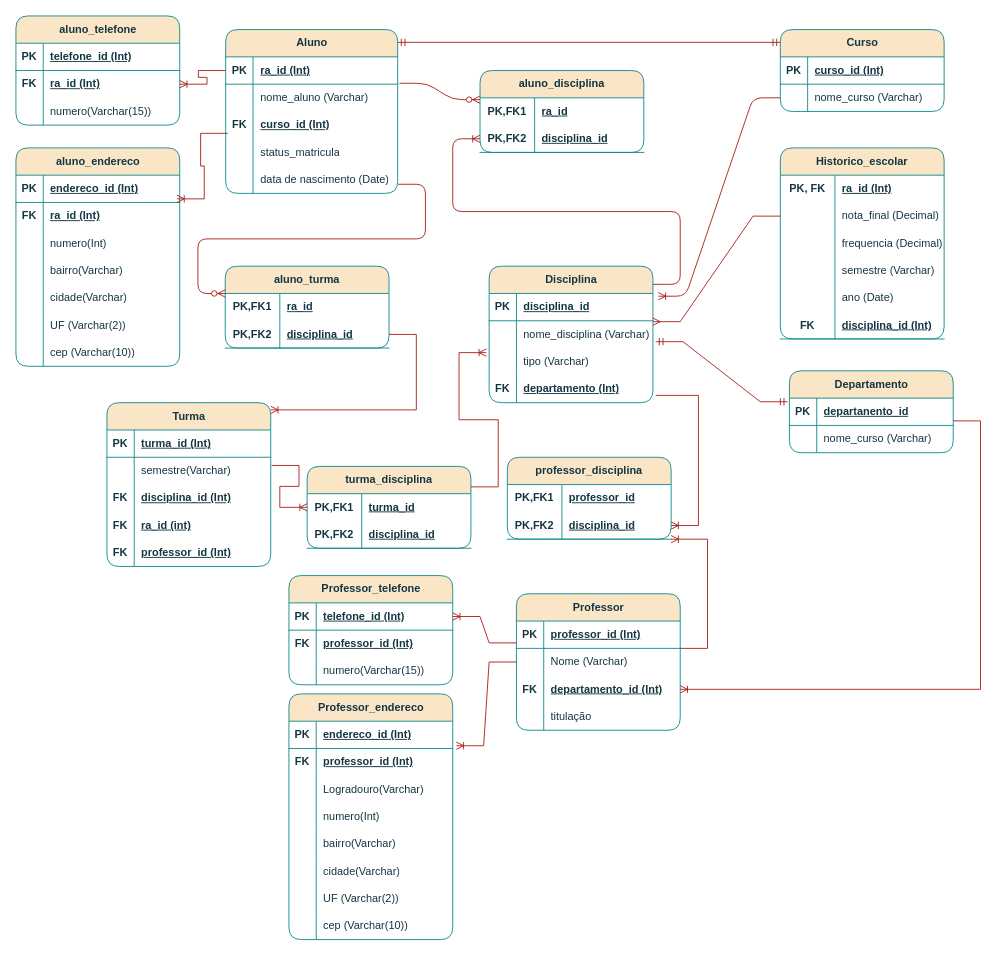
Before: faculdadebd.drawio in Laraewellen/Banco-de-dados-teste, a draw.io diagram. Source tidied: cells renumbered, new cells numbered last; positions are measured from the earlier drawing's top-left corner, leaving out a move shared by most shapes. Both pictures are drawn from the tidied source at 91%, with x=0, y=0 at pixel (15, 15).
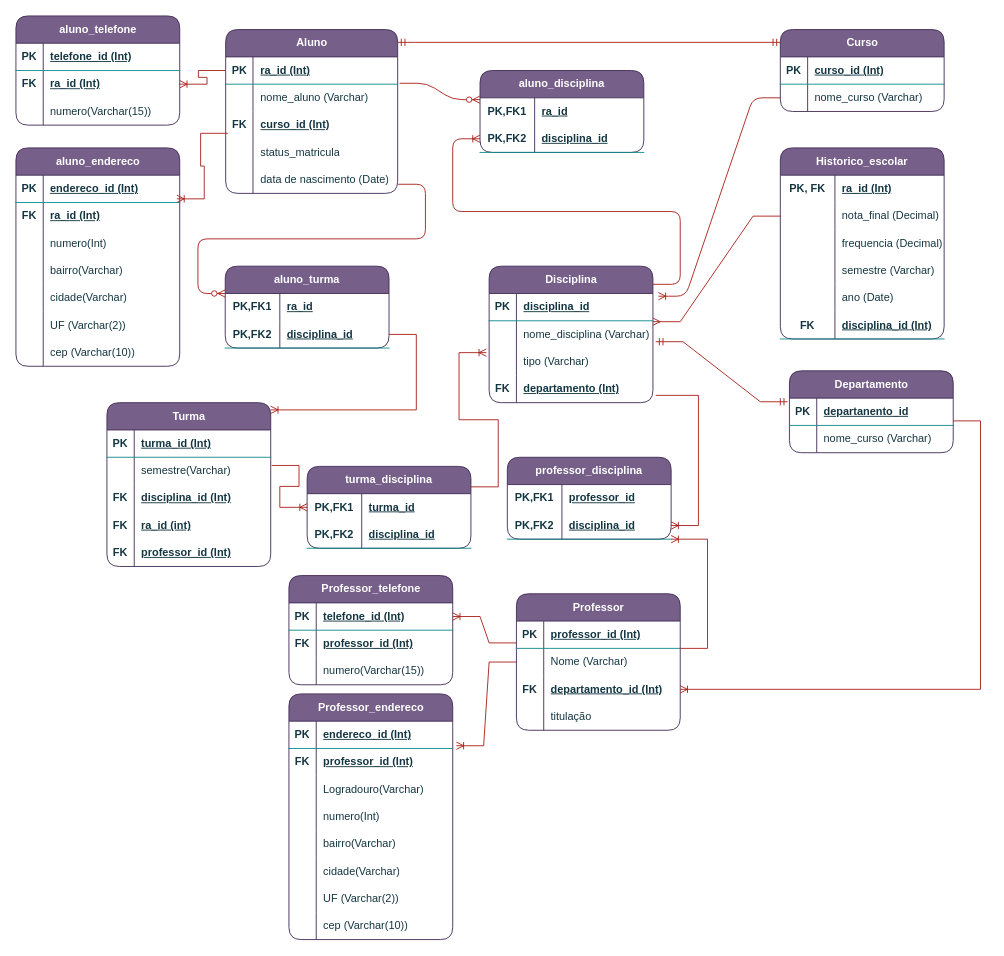
The same page after the edit.

The edit, as a diff of the source:
```diff
@@
-    <mxCell id="2" value="Aluno" style="shape=table;startSize=30;childLayout=tableLayout;rowLines=0;fontStyle=1;align=center;html=1;fillColor=#FAE5C7;strokeColor=#0F8B8D;labelBackgroundColor=none;fontColor=#143642;rounded=1;" parent="1" vertex="1">
+    <mxCell id="2" value="Aluno" style="shape=table;startSize=30;childLayout=tableLayout;rowLines=0;fontStyle=1;align=center;html=1;fillColor=#76608a;strokeColor=#432D57;labelBackgroundColor=none;fontColor=#ffffff;rounded=1;" parent="1" vertex="1">
       <mxGeometry x="230.5" y="15" width="189" height="180" as="geometry" />
     </mxCell>
@@
-    <mxCell id="18" value="Disciplina" style="shape=table;startSize=30;childLayout=tableLayout;rowLines=0;fontStyle=1;align=center;html=1;fillColor=#FAE5C7;strokeColor=#0F8B8D;labelBackgroundColor=none;fontColor=#143642;rounded=1;" parent="1" vertex="1">
+    <mxCell id="18" value="Disciplina" style="shape=table;startSize=30;childLayout=tableLayout;rowLines=0;fontStyle=1;align=center;html=1;fillColor=#76608a;strokeColor=#432D57;labelBackgroundColor=none;fontColor=#ffffff;rounded=1;" parent="1" vertex="1">
       <mxGeometry x="520" y="275" width="180" height="150" as="geometry" />
     </mxCell>
@@
-    <mxCell id="31" value="Curso" style="shape=table;startSize=30;childLayout=tableLayout;rowLines=0;fontStyle=1;align=center;html=1;fillColor=#FAE5C7;strokeColor=#0F8B8D;labelBackgroundColor=none;fontColor=#143642;rounded=1;" parent="1" vertex="1">
+    <mxCell id="31" value="Curso" style="shape=table;startSize=30;childLayout=tableLayout;rowLines=0;fontStyle=1;align=center;html=1;fillColor=#76608a;strokeColor=#432D57;labelBackgroundColor=none;fontColor=#ffffff;rounded=1;" parent="1" vertex="1">
       <mxGeometry x="840" y="15" width="180" height="90" as="geometry" />
     </mxCell>
@@
-    <mxCell id="38" value="Historico_escolar" style="shape=table;startSize=30;childLayout=tableLayout;rowLines=0;fontStyle=1;align=center;html=1;whiteSpace=wrap;fillColor=#FAE5C7;strokeColor=#0F8B8D;labelBackgroundColor=none;fontColor=#143642;rounded=1;" parent="1" vertex="1">
+    <mxCell id="38" value="Historico_escolar" style="shape=table;startSize=30;childLayout=tableLayout;rowLines=0;fontStyle=1;align=center;html=1;whiteSpace=wrap;fillColor=#76608a;strokeColor=#432D57;labelBackgroundColor=none;fontColor=#ffffff;rounded=1;" parent="1" vertex="1">
       <mxGeometry x="840" y="145" width="180" height="210" as="geometry" />
     </mxCell>
@@
-    <mxCell id="57" value="Departamento" style="shape=table;startSize=30;childLayout=tableLayout;rowLines=0;fontStyle=1;align=center;html=1;fillColor=#FAE5C7;strokeColor=#0F8B8D;labelBackgroundColor=none;fontColor=#143642;rounded=1;" parent="1" vertex="1">
+    <mxCell id="57" value="Departamento" style="shape=table;startSize=30;childLayout=tableLayout;rowLines=0;fontStyle=1;align=center;html=1;fillColor=#76608a;strokeColor=#432D57;labelBackgroundColor=none;fontColor=#ffffff;rounded=1;" parent="1" vertex="1">
       <mxGeometry x="850" y="390" width="180" height="90" as="geometry" />
     </mxCell>
@@
-    <mxCell id="64" value="Professor" style="shape=table;startSize=30;childLayout=tableLayout;rowLines=0;fontStyle=1;align=center;html=1;fillColor=#FAE5C7;strokeColor=#0F8B8D;labelBackgroundColor=none;fontColor=#143642;rounded=1;" parent="1" vertex="1">
+    <mxCell id="64" value="Professor" style="shape=table;startSize=30;childLayout=tableLayout;rowLines=0;fontStyle=1;align=center;html=1;fillColor=#76608a;strokeColor=#432D57;labelBackgroundColor=none;fontColor=#ffffff;rounded=1;" parent="1" vertex="1">
       <mxGeometry x="550" y="635" width="180" height="150" as="geometry" />
     </mxCell>
@@
-    <mxCell id="77" value="Turma" style="shape=table;startSize=30;childLayout=tableLayout;rowLines=0;fontStyle=1;align=center;html=1;fillColor=#FAE5C7;strokeColor=#0F8B8D;labelBackgroundColor=none;fontColor=#143642;rounded=1;" parent="1" vertex="1">
+    <mxCell id="77" value="Turma" style="shape=table;startSize=30;childLayout=tableLayout;rowLines=0;fontStyle=1;align=center;html=1;fillColor=#76608a;strokeColor=#432D57;labelBackgroundColor=none;fontColor=#ffffff;rounded=1;" parent="1" vertex="1">
       <mxGeometry x="100" y="425" width="180" height="180" as="geometry" />
     </mxCell>
@@
-    <mxCell id="93" value="Professor_telefone" style="shape=table;startSize=30;childLayout=tableLayout;rowLines=0;fontStyle=1;align=center;html=1;fillColor=#FAE5C7;strokeColor=#0F8B8D;labelBackgroundColor=none;fontColor=#143642;rounded=1;" parent="1" vertex="1">
+    <mxCell id="93" value="Professor_telefone" style="shape=table;startSize=30;childLayout=tableLayout;rowLines=0;fontStyle=1;align=center;html=1;fillColor=#76608a;strokeColor=#432D57;labelBackgroundColor=none;fontColor=#ffffff;rounded=1;" parent="1" vertex="1">
       <mxGeometry x="300" y="615" width="180" height="120" as="geometry" />
     </mxCell>
@@
-    <mxCell id="103" value="Professor_endereco" style="shape=table;startSize=30;childLayout=tableLayout;rowLines=0;fontStyle=1;align=center;html=1;fillColor=#FAE5C7;strokeColor=#0F8B8D;labelBackgroundColor=none;fontColor=#143642;rounded=1;" parent="1" vertex="1">
+    <mxCell id="103" value="Professor_endereco" style="shape=table;startSize=30;childLayout=tableLayout;rowLines=0;fontStyle=1;align=center;html=1;fillColor=#76608a;strokeColor=#432D57;labelBackgroundColor=none;fontColor=#ffffff;rounded=1;" parent="1" vertex="1">
       <mxGeometry x="300" y="745" width="180" height="270" as="geometry" />
     </mxCell>
@@
-    <mxCell id="128" value="aluno_telefone" style="shape=table;startSize=30;childLayout=tableLayout;rowLines=0;fontStyle=1;align=center;html=1;fillColor=#FAE5C7;strokeColor=#0F8B8D;labelBackgroundColor=none;fontColor=#143642;rounded=1;" parent="1" vertex="1">
+    <mxCell id="128" value="aluno_telefone" style="shape=table;startSize=30;childLayout=tableLayout;rowLines=0;fontStyle=1;align=center;html=1;fillColor=#76608a;strokeColor=#432D57;labelBackgroundColor=none;fontColor=#ffffff;rounded=1;" parent="1" vertex="1">
       <mxGeometry width="180" height="120" as="geometry" />
     </mxCell>
@@
-    <mxCell id="138" value="aluno_endereco" style="shape=table;startSize=30;childLayout=tableLayout;rowLines=0;fontStyle=1;align=center;html=1;fillColor=#FAE5C7;strokeColor=#0F8B8D;labelBackgroundColor=none;fontColor=#143642;rounded=1;" parent="1" vertex="1">
+    <mxCell id="138" value="aluno_endereco" style="shape=table;startSize=30;childLayout=tableLayout;rowLines=0;fontStyle=1;align=center;html=1;fillColor=#76608a;strokeColor=#432D57;labelBackgroundColor=none;fontColor=#ffffff;rounded=1;" parent="1" vertex="1">
       <mxGeometry y="145" width="180" height="240" as="geometry" />
     </mxCell>
@@
-    <mxCell id="160" value="professor_disciplina" style="shape=table;startSize=30;childLayout=tableLayout;rowLines=0;fontStyle=1;align=center;html=1;whiteSpace=wrap;fillColor=#FAE5C7;strokeColor=#0F8B8D;labelBackgroundColor=none;fontColor=#143642;rounded=1;" parent="1" vertex="1">
+    <mxCell id="160" value="professor_disciplina" style="shape=table;startSize=30;childLayout=tableLayout;rowLines=0;fontStyle=1;align=center;html=1;whiteSpace=wrap;fillColor=#76608a;strokeColor=#432D57;labelBackgroundColor=none;fontColor=#ffffff;rounded=1;" parent="1" vertex="1">
       <mxGeometry x="540" y="485" width="180" height="90" as="geometry" />
     </mxCell>
@@
-    <mxCell id="167" value="aluno_disciplina" style="shape=table;startSize=30;childLayout=tableLayout;rowLines=0;fontStyle=1;align=center;html=1;whiteSpace=wrap;fillColor=#FAE5C7;strokeColor=#0F8B8D;labelBackgroundColor=none;fontColor=#143642;rounded=1;" parent="1" vertex="1">
+    <mxCell id="167" value="aluno_disciplina" style="shape=table;startSize=30;childLayout=tableLayout;rowLines=0;fontStyle=1;align=center;html=1;whiteSpace=wrap;fillColor=#76608a;strokeColor=#432D57;labelBackgroundColor=none;fontColor=#ffffff;rounded=1;" parent="1" vertex="1">
       <mxGeometry x="510" y="60" width="180" height="90" as="geometry" />
     </mxCell>
@@
-    <mxCell id="174" value="aluno_turma" style="shape=table;startSize=30;childLayout=tableLayout;rowLines=0;fontStyle=1;align=center;html=1;whiteSpace=wrap;fillColor=#FAE5C7;strokeColor=#0F8B8D;labelBackgroundColor=none;fontColor=#143642;rounded=1;" parent="1" vertex="1">
+    <mxCell id="174" value="aluno_turma" style="shape=table;startSize=30;childLayout=tableLayout;rowLines=0;fontStyle=1;align=center;html=1;whiteSpace=wrap;fillColor=#76608a;strokeColor=#432D57;labelBackgroundColor=none;fontColor=#ffffff;rounded=1;" parent="1" vertex="1">
       <mxGeometry x="230" y="275" width="180" height="90" as="geometry" />
     </mxCell>
@@
-    <mxCell id="187" value="turma_disciplina" style="shape=table;startSize=30;childLayout=tableLayout;rowLines=0;fontStyle=1;align=center;html=1;whiteSpace=wrap;fillColor=#FAE5C7;strokeColor=#0F8B8D;labelBackgroundColor=none;fontColor=#143642;rounded=1;" parent="1" vertex="1">
+    <mxCell id="187" value="turma_disciplina" style="shape=table;startSize=30;childLayout=tableLayout;rowLines=0;fontStyle=1;align=center;html=1;whiteSpace=wrap;fillColor=#76608a;strokeColor=#432D57;labelBackgroundColor=none;fontColor=#ffffff;rounded=1;" parent="1" vertex="1">
       <mxGeometry x="320" y="495" width="180" height="90" as="geometry" />
     </mxCell>
```
